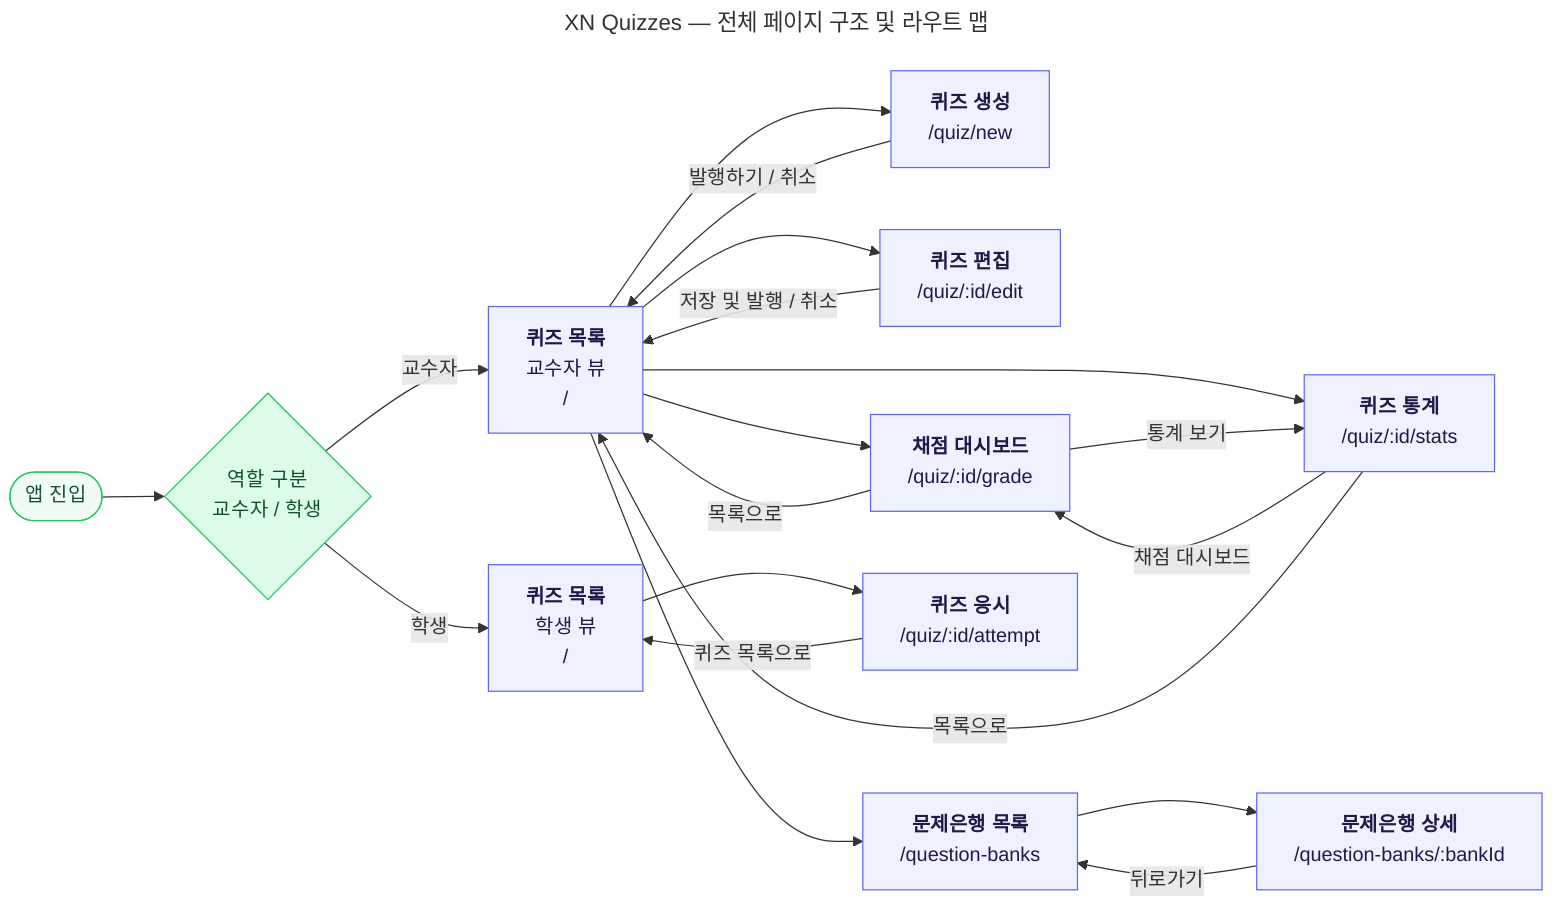
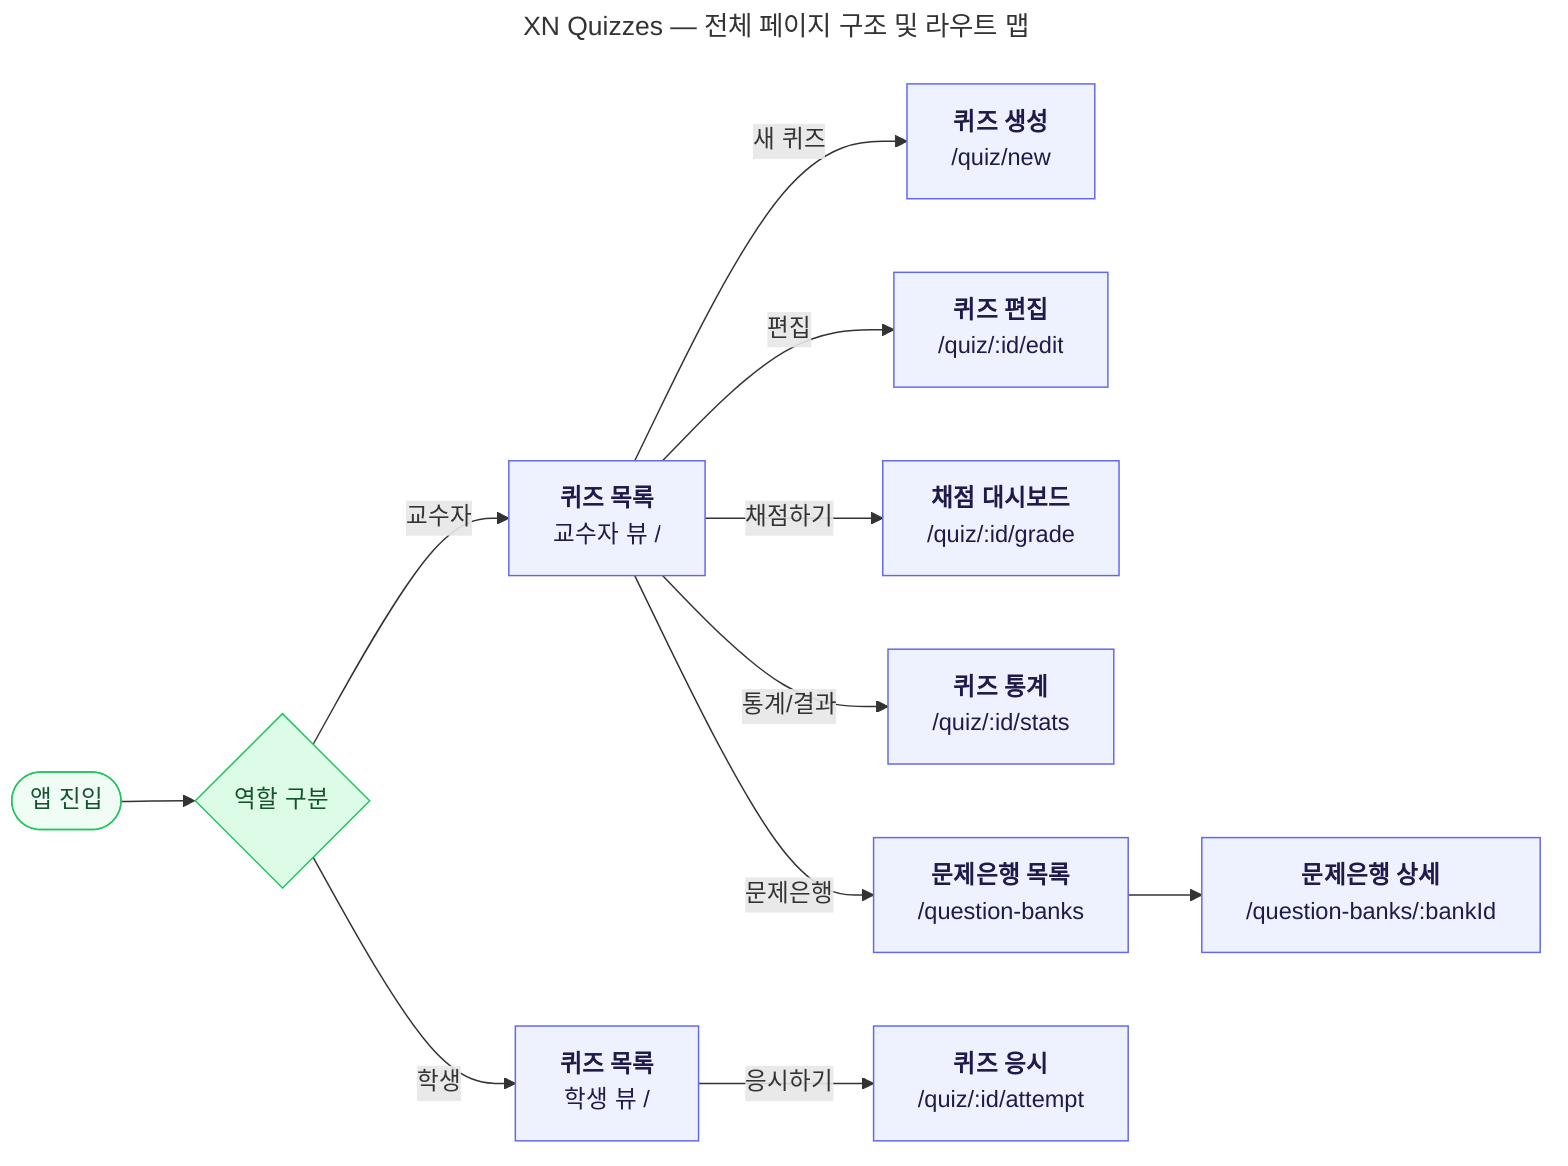
---
title: XN Quizzes — 전체 페이지 구조 및 라우트 맵
---
flowchart LR
-     START([앱 진입]) --> ROLE{역할 구분\n교수자 / 학생}
+     START([앱 진입]) --> ROLE{역할 구분}

    %% 교수자 영역
    ROLE -->|교수자| QL_I["`**퀴즈 목록**
-     교수자 뷰
-     /`"]
- 
-     QL_I --> QC["`**퀴즈 생성**
+     교수자 뷰 /`"]
+     QL_I -->|새 퀴즈| QC["`**퀴즈 생성**
    /quiz/new`"]
-     QL_I --> QE["`**퀴즈 편집**
+     QL_I -->|편집| QE["`**퀴즈 편집**
    /quiz/:id/edit`"]
-     QL_I --> GD["`**채점 대시보드**
+     QL_I -->|채점하기| GD["`**채점 대시보드**
    /quiz/:id/grade`"]
-     QL_I --> QS["`**퀴즈 통계**
+     QL_I -->|통계/결과| QS["`**퀴즈 통계**
    /quiz/:id/stats`"]
-     QL_I --> QBL["`**문제은행 목록**
+     QL_I -->|문제은행| QBL["`**문제은행 목록**
    /question-banks`"]
    QBL --> QB["`**문제은행 상세**
    /question-banks/:bankId`"]

-     %% 학생 영역
+     %% 학생 영역 — 교수자 영역과 완전히 분리
    ROLE -->|학생| QL_S["`**퀴즈 목록**
-     학생 뷰
-     /`"]
-     QL_S --> QA["`**퀴즈 응시**
+     학생 뷰 /`"]
+     QL_S -->|응시하기| QA["`**퀴즈 응시**
    /quiz/:id/attempt`"]

-     %% 페이지 간 역방향 이동
-     QC -->|발행하기 / 취소| QL_I
-     QE -->|저장 및 발행 / 취소| QL_I
-     GD -->|목록으로| QL_I
-     GD -->|통계 보기| QS
-     QS -->|채점 대시보드| GD
-     QS -->|목록으로| QL_I
-     QA -->|퀴즈 목록으로| QL_S
-     QB -->|뒤로가기| QBL
+     %% 스타일
+     style QL_I fill:#EEF2FF,stroke:#6366F1,color:#1e1b4b
+     style QC   fill:#EEF2FF,stroke:#6366F1,color:#1e1b4b
+     style QE   fill:#EEF2FF,stroke:#6366F1,color:#1e1b4b
+     style GD   fill:#EEF2FF,stroke:#6366F1,color:#1e1b4b
+     style QS   fill:#EEF2FF,stroke:#6366F1,color:#1e1b4b
+     style QBL  fill:#EEF2FF,stroke:#6366F1,color:#1e1b4b
+     style QB   fill:#EEF2FF,stroke:#6366F1,color:#1e1b4b
+     style QL_S fill:#EEF2FF,stroke:#6366F1,color:#1e1b4b
+     style QA   fill:#EEF2FF,stroke:#6366F1,color:#1e1b4b

-     %% 스타일 — 페이지 노드
-     style QL_I fill:#EEF2FF,stroke:#6366F1,color:#1e1b4b
-     style QL_S fill:#EEF2FF,stroke:#6366F1,color:#1e1b4b
-     style QC  fill:#EEF2FF,stroke:#6366F1,color:#1e1b4b
-     style QE  fill:#EEF2FF,stroke:#6366F1,color:#1e1b4b
-     style GD  fill:#EEF2FF,stroke:#6366F1,color:#1e1b4b
-     style QS  fill:#EEF2FF,stroke:#6366F1,color:#1e1b4b
-     style QBL fill:#EEF2FF,stroke:#6366F1,color:#1e1b4b
-     style QB  fill:#EEF2FF,stroke:#6366F1,color:#1e1b4b
-     style QA  fill:#EEF2FF,stroke:#6366F1,color:#1e1b4b
- 
-     %% 스타일 — 분기/시작
    style START fill:#F0FDF4,stroke:#22C55E,color:#14532d
    style ROLE  fill:#DCFCE7,stroke:#22C55E,color:#14532d
